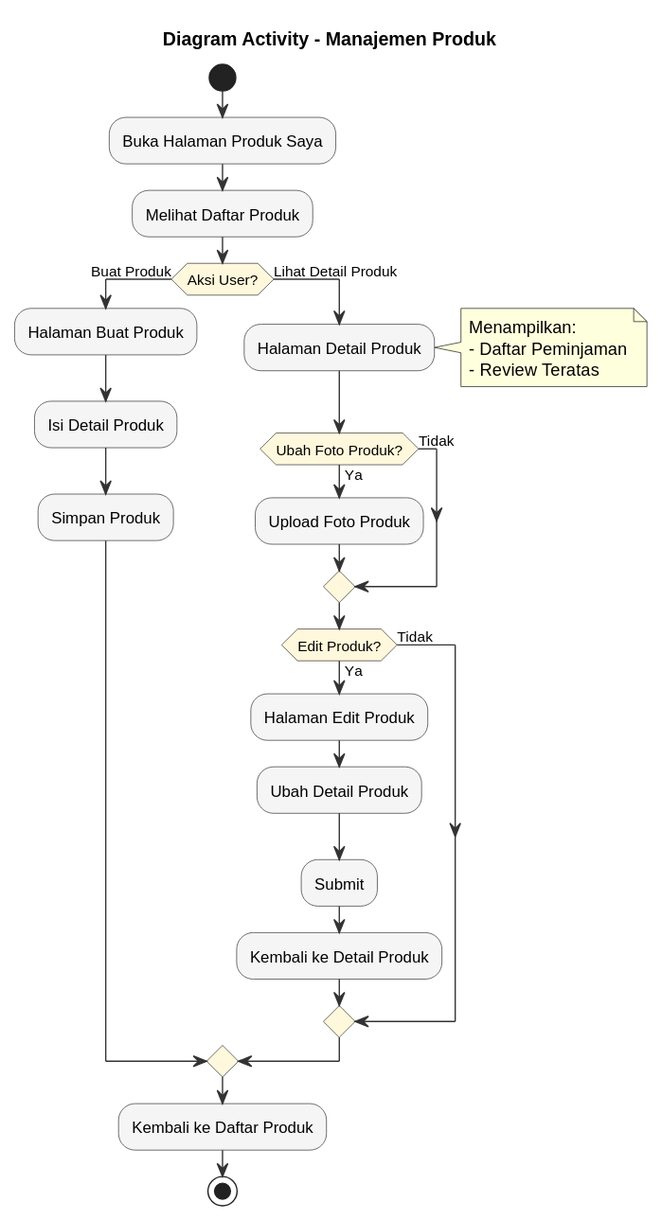
Before: laporan/diagram/output/product_management.svg, a diagram exported from PlantUML (levirs565/openrent).
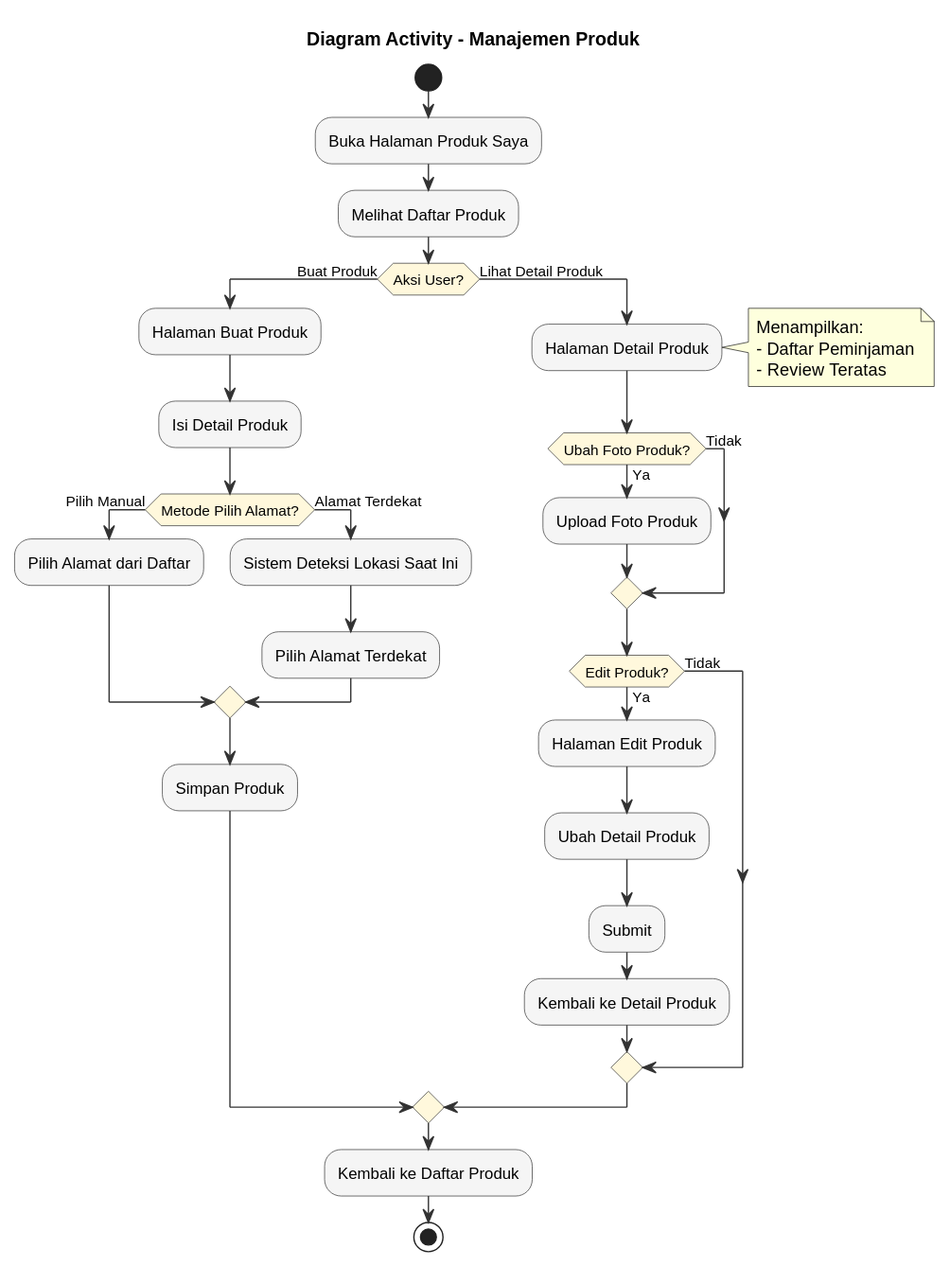
After the commit.

Change to the diagram source:
```diff
@@ -15,6 +15,12 @@
 if (Aksi User?) then (Buat Produk)
   :Halaman Buat Produk;
   :Isi Detail Produk;
+  if (Metode Pilih Alamat?) then (Pilih Manual)
+    :Pilih Alamat dari Daftar;
+  else (Alamat Terdekat)
+    :Sistem Deteksi Lokasi Saat Ini;
+    :Pilih Alamat Terdekat;
+  endif
   :Simpan Produk;
 else (Lihat Detail Produk)
   :Halaman Detail Produk;
```
